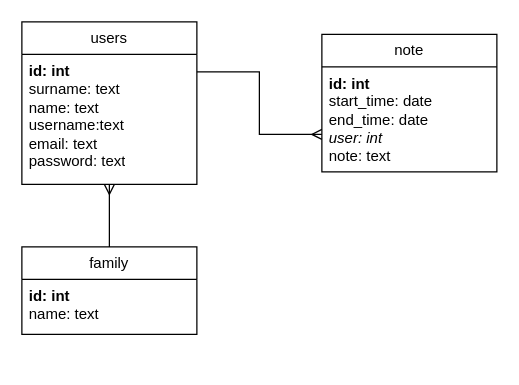
This is media/er_diagram/erd.drawio from creatior/Family_scheduler, a draw.io file, before an edit. Source tidied: cells renumbered, new cells numbered last; positions are measured from the earlier drawing's top-left corner, leaving out a move shared by most shapes. Both pictures are drawn from the tidied source at 125%, with x=0, y=0 at pixel (21, 21).
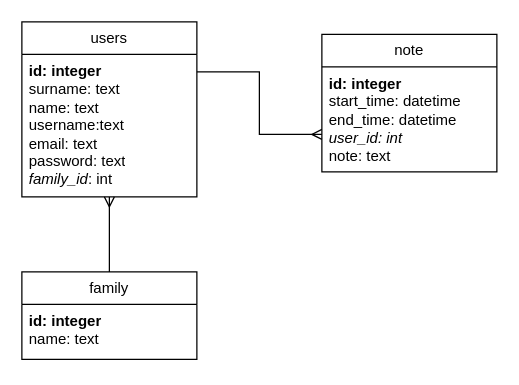
Above is the later version.

Diff of the diagram source:
```diff
@@
 <mxGraphModel>
   <root>
     <mxCell id="0" />
     <mxCell id="1" parent="0" />
     <mxCell id="2" value="users" style="swimlane;fontStyle=0;horizontal=1;startSize=26;fillColor=none;whiteSpace=wrap;html=1;" parent="1" vertex="1">
-      <mxGeometry width="140" height="130" as="geometry" />
+      <mxGeometry width="140" height="140" as="geometry" />
     </mxCell>
-    <mxCell id="3" value="&lt;b&gt;id: int&lt;/b&gt;&lt;div&gt;surname: text&lt;/div&gt;&lt;div&gt;name: text&lt;/div&gt;&lt;div&gt;username:text&lt;/div&gt;&lt;div&gt;email: text&lt;/div&gt;&lt;div&gt;password: text&lt;/div&gt;" style="text;strokeColor=none;fillColor=none;align=left;verticalAlign=top;spacingLeft=4;spacingRight=4;overflow=hidden;points=[[0,0.5],[1,0.5]];portConstraint=eastwest;whiteSpace=wrap;html=1;" parent="2" vertex="1">
-      <mxGeometry y="26" width="140" height="104" as="geometry" />
-    </mxCell>
+    <mxCell id="10" value="&lt;b&gt;id: integer&lt;/b&gt;&lt;div&gt;surname: text&lt;/div&gt;&lt;div&gt;name: text&lt;/div&gt;&lt;div&gt;username:text&lt;/div&gt;&lt;div&gt;email: text&lt;/div&gt;&lt;div&gt;password: text&lt;/div&gt;&lt;div&gt;&lt;i&gt;family_id&lt;/i&gt;: int&lt;/div&gt;" style="text;strokeColor=none;fillColor=none;align=left;verticalAlign=top;spacingLeft=4;spacingRight=4;overflow=hidden;points=[[0,0.5],[1,0.5]];portConstraint=eastwest;whiteSpace=wrap;html=1;" parent="2" vertex="1">
+      <mxGeometry y="26" width="140" height="114" as="geometry" />
+    </mxCell>
     <mxCell id="4" value="note" style="swimlane;fontStyle=0;horizontal=1;startSize=26;fillColor=none;whiteSpace=wrap;html=1;" parent="1" vertex="1">
       <mxGeometry x="240" y="10" width="140" height="110" as="geometry" />
     </mxCell>
-    <mxCell id="5" value="&lt;b&gt;id: int&lt;/b&gt;&lt;div&gt;start_time: date&lt;/div&gt;&lt;div&gt;end_time: date&lt;/div&gt;&lt;div&gt;&lt;i&gt;user: int&lt;/i&gt;&lt;/div&gt;&lt;div&gt;note: text&lt;/div&gt;&lt;div&gt;&lt;i&gt;&lt;br&gt;&lt;/i&gt;&lt;/div&gt;" style="text;strokeColor=none;fillColor=none;align=left;verticalAlign=top;spacingLeft=4;spacingRight=4;overflow=hidden;points=[[0,0.5],[1,0.5]];portConstraint=eastwest;whiteSpace=wrap;html=1;" parent="4" vertex="1">
-      <mxGeometry y="26" width="140" height="84" as="geometry" />
-    </mxCell>
-    <mxCell id="6" style="edgeStyle=orthogonalEdgeStyle;rounded=0;jettySize=auto;html=1;startArrow=ERmany;startFill=0;endArrow=none;endFill=0;" parent="1" edge="1" source="5">
-      <mxGeometry relative="1" as="geometry">
-        <mxPoint x="140" y="40" as="targetPoint" />
-        <Array as="points">
-          <mxPoint x="190" y="90" />
-          <mxPoint x="190" y="40" />
-          <mxPoint x="140" y="40" />
-        </Array>
-      </mxGeometry>
-    </mxCell>
+    <mxCell id="11" value="&lt;b&gt;id: integer&lt;/b&gt;&lt;div&gt;start_time: datetime&lt;/div&gt;&lt;div&gt;end_time: datetime&lt;/div&gt;&lt;div&gt;&lt;i&gt;user_id: int&lt;/i&gt;&lt;/div&gt;&lt;div&gt;note: text&lt;/div&gt;&lt;div&gt;&lt;i&gt;&lt;br&gt;&lt;/i&gt;&lt;/div&gt;" style="text;strokeColor=none;fillColor=none;align=left;verticalAlign=top;spacingLeft=4;spacingRight=4;overflow=hidden;points=[[0,0.5],[1,0.5]];portConstraint=eastwest;whiteSpace=wrap;html=1;" parent="4" vertex="1">
+      <mxGeometry y="26" width="140" height="84" as="geometry" />
+    </mxCell>
+    <mxCell id="12" style="edgeStyle=orthogonalEdgeStyle;rounded=0;jettySize=auto;html=1;startArrow=ERmany;startFill=0;endArrow=none;endFill=0;" parent="1" edge="1" source="11">
+      <mxGeometry relative="1" as="geometry">
+        <mxPoint x="140" y="40" as="targetPoint" />
+        <Array as="points">
+          <mxPoint x="190" y="90" />
+          <mxPoint x="190" y="40" />
+          <mxPoint x="140" y="40" />
+        </Array>
+      </mxGeometry>
+    </mxCell>
     <mxCell id="7" value="family" style="swimlane;fontStyle=0;horizontal=1;startSize=26;fillColor=none;whiteSpace=wrap;html=1;" parent="1" vertex="1">
-      <mxGeometry y="180" width="140" height="70" as="geometry" />
+      <mxGeometry y="200" width="140" height="70" as="geometry" />
     </mxCell>
-    <mxCell id="8" value="&lt;b&gt;id: int&lt;/b&gt;&lt;div&gt;name: text&lt;/div&gt;" style="text;strokeColor=none;fillColor=none;align=left;verticalAlign=top;spacingLeft=4;spacingRight=4;overflow=hidden;whiteSpace=wrap;html=1;" parent="7" vertex="1">
-      <mxGeometry y="26" width="140" height="44" as="geometry" />
-    </mxCell>
-    <mxCell id="9" style="edgeStyle=orthogonalEdgeStyle;rounded=0;jettySize=auto;html=1;startArrow=ERmany;startFill=0;endArrow=none;endFill=0;" parent="1" edge="1" source="3" target="7">
-      <mxGeometry relative="1" as="geometry">
-        <Array as="points">
-          <mxPoint x="70" y="170" />
-          <mxPoint x="70" y="170" />
-        </Array>
-      </mxGeometry>
-    </mxCell>
+    <mxCell id="13" value="&lt;b&gt;id: integer&lt;/b&gt;&lt;div&gt;name: text&lt;/div&gt;" style="text;strokeColor=none;fillColor=none;align=left;verticalAlign=top;spacingLeft=4;spacingRight=4;overflow=hidden;whiteSpace=wrap;html=1;" parent="7" vertex="1">
+      <mxGeometry y="26" width="140" height="44" as="geometry" />
+    </mxCell>
+    <mxCell id="14" style="edgeStyle=orthogonalEdgeStyle;rounded=0;jettySize=auto;html=1;startArrow=ERmany;startFill=0;endArrow=none;endFill=0;" parent="1" edge="1" source="10" target="7">
+      <mxGeometry relative="1" as="geometry">
+        <Array as="points">
+          <mxPoint x="70" y="170" />
+          <mxPoint x="70" y="170" />
+        </Array>
+      </mxGeometry>
+    </mxCell>
   </root>
 </mxGraphModel>
```
